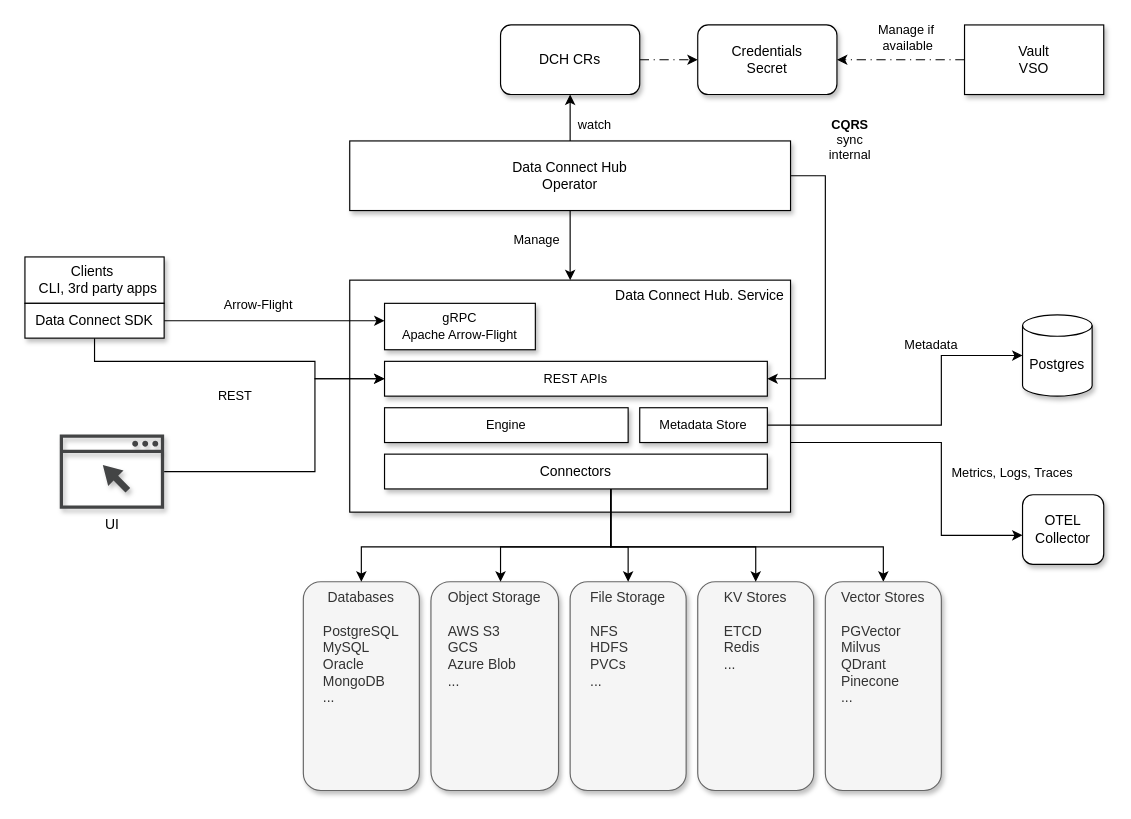
This is page "High level" (2 of 5) of architecture-decision-records/data-connect-hub/diagrams/Connections.drawio from opendatahub-io/architecture-decision-records, a draw.io file, before an edit. Source tidied: cells renumbered, new cells numbered last; positions are measured from the earlier drawing's top-left corner, leaving out a move shared by most shapes. Both pictures are drawn from the tidied source at 116%, with x=0, y=0 at pixel (24, 24).
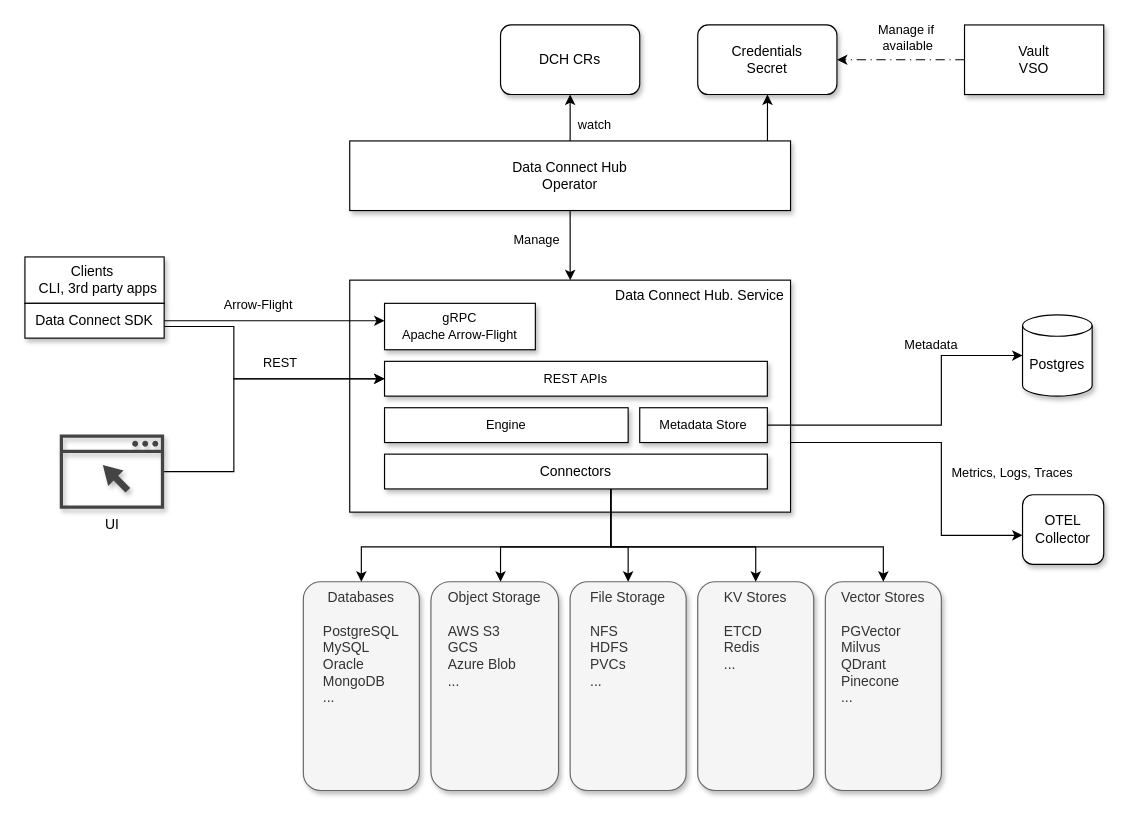
The same page after the edit.

Unchanged cells that the change refers to:
```xml
<mxCell id="15" value="REST APIs" style="rounded=0;whiteSpace=wrap;html=1;fontSize=11;shadow=1;" parent="1" vertex="1">
  <mxGeometry x="310" y="290" width="330" height="30" as="geometry" />
</mxCell>
<mxCell id="22" value="Data Connect SDK" style="rounded=0;whiteSpace=wrap;html=1;shadow=1;" parent="1" vertex="1">
  <mxGeometry y="240" width="120" height="30" as="geometry" />
</mxCell>
<mxCell id="28" value="UI" style="sketch=0;shadow=1;dashed=0;html=1;strokeColor=none;fillColor=#434445;labelPosition=center;verticalLabelPosition=bottom;verticalAlign=top;align=center;outlineConnect=0;shape=mxgraph.vvd.web_browser;strokeWidth=1;" parent="1" vertex="1">
  <mxGeometry x="30" y="353.1" width="90" height="63.9" as="geometry" />
</mxCell>
<mxCell id="31" value="Data Connect Hub&lt;div&gt;Operator&lt;/div&gt;" style="rounded=0;whiteSpace=wrap;html=1;shadow=1;" parent="1" vertex="1">
  <mxGeometry x="280" y="100" width="380" height="60" as="geometry" />
</mxCell>
<mxCell id="33" value="DCH CRs" style="rounded=1;whiteSpace=wrap;html=1;shadow=1;" parent="1" vertex="1">
  <mxGeometry x="410" width="120" height="60" as="geometry" />
</mxCell>
<mxCell id="36" value="Credentials&lt;div&gt;Secret&lt;/div&gt;" style="rounded=1;whiteSpace=wrap;html=1;shadow=1;" parent="1" vertex="1">
  <mxGeometry x="580" width="120" height="60" as="geometry" />
</mxCell>
```

What changed in the source:
```diff
@@
     <mxCell id="20" style="edgeStyle=orthogonalEdgeStyle;rounded=0;jettySize=auto;html=1;" parent="1" edge="1" source="22" target="15">
       <mxGeometry relative="1" as="geometry">
         <Array as="points">
-          <mxPoint x="60" y="290" />
-          <mxPoint x="250" y="290" />
-          <mxPoint x="250" y="305" />
+          <mxPoint x="180.1" y="260" />
+          <mxPoint x="180.1" y="305.1" />
         </Array>
       </mxGeometry>
     </mxCell>
     <mxCell id="21" value="REST" style="edgeLabel;html=1;align=center;verticalAlign=middle;" parent="20" vertex="1">
       <mxGeometry x="0.19" relative="1" as="geometry">
-        <mxPoint x="-30" y="29" as="offset" />
+        <mxPoint x="5" y="-15" as="offset" />
       </mxGeometry>
     </mxCell>
@@
     <mxCell id="27" style="edgeStyle=orthogonalEdgeStyle;rounded=0;jettySize=auto;html=1;entryX=0;entryY=0.5;entryDx=0;entryDy=0;" parent="1" edge="1" source="28" target="15">
       <mxGeometry relative="1" as="geometry">
         <Array as="points">
-          <mxPoint x="250" y="385" />
-          <mxPoint x="250" y="305" />
+          <mxPoint x="180.1" y="385.1" />
+          <mxPoint x="180.1" y="305.1" />
         </Array>
       </mxGeometry>
     </mxCell>
@@
+    <mxCell id="45" style="edgeStyle=orthogonalEdgeStyle;rounded=0;jettySize=auto;html=1;" parent="1" edge="1" source="31" target="36">
+      <mxGeometry relative="1" as="geometry">
+        <Array as="points">
+          <mxPoint x="640.1" y="90" />
+          <mxPoint x="640.1" y="90" />
+        </Array>
+      </mxGeometry>
+    </mxCell>
@@
-    <mxCell id="32" style="edgeStyle=orthogonalEdgeStyle;rounded=0;jettySize=auto;html=1;dashed=1;dashPattern=8 4 1 4;" parent="1" edge="1" source="33" target="36">
-      <mxGeometry relative="1" as="geometry" />
-    </mxCell>
@@
-    <mxCell id="37" style="edgeStyle=orthogonalEdgeStyle;rounded=0;jettySize=auto;html=1;entryX=1;entryY=0.5;entryDx=0;entryDy=0;" parent="1" edge="1" source="31" target="15">
-      <mxGeometry relative="1" as="geometry">
-        <Array as="points">
-          <mxPoint x="690" y="130" />
-          <mxPoint x="690" y="305" />
-        </Array>
-      </mxGeometry>
-    </mxCell>
-    <mxCell id="38" value="&lt;b&gt;CQRS&lt;/b&gt;&lt;div&gt;sync&lt;/div&gt;&lt;div&gt;internal&lt;/div&gt;" style="edgeLabel;html=1;align=center;verticalAlign=middle;" parent="37" vertex="1">
-      <mxGeometry x="-0.19" y="3" relative="1" as="geometry">
-        <mxPoint x="17" y="-105" as="offset" />
-      </mxGeometry>
-    </mxCell>
```
